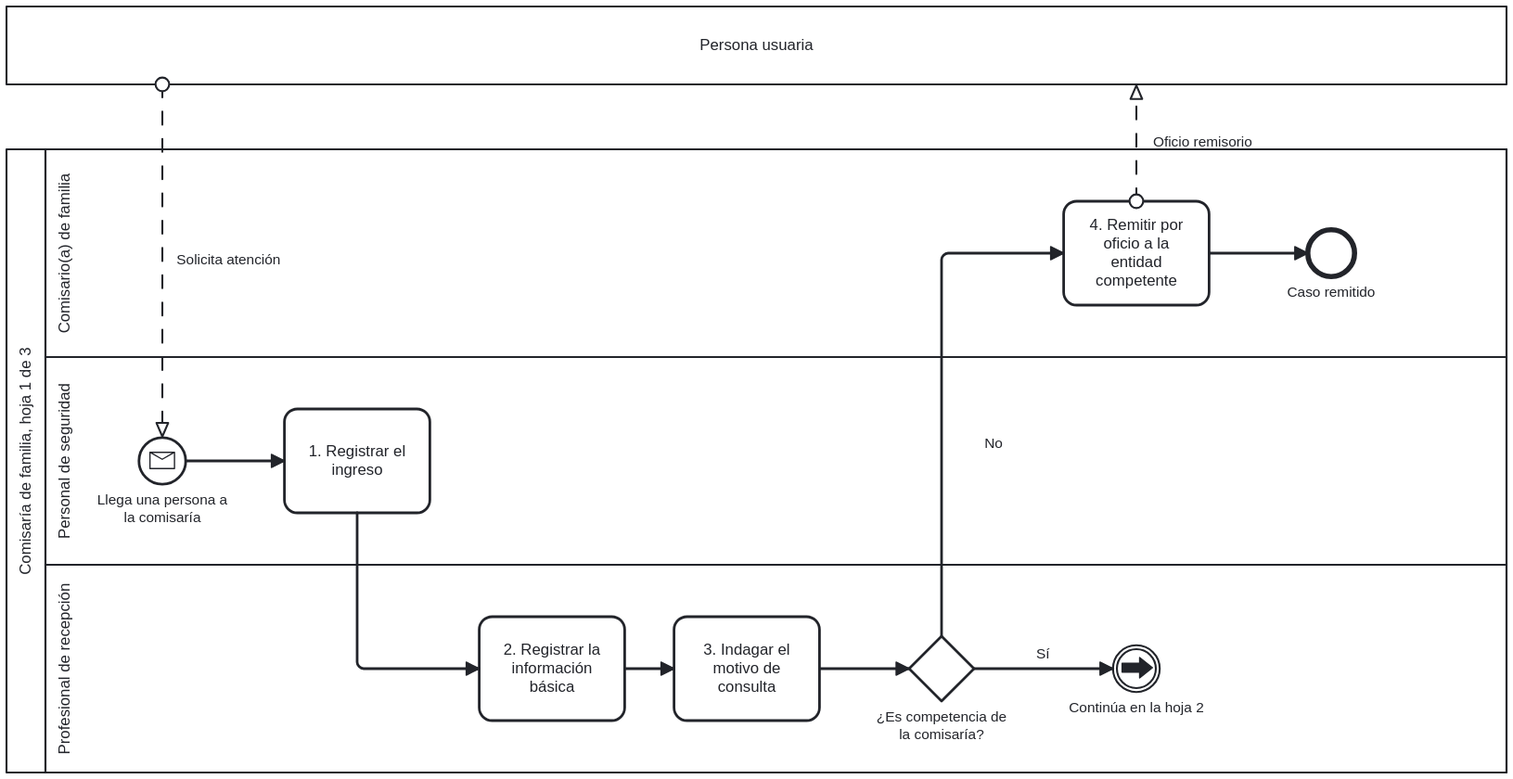
Earlier version of the BPMN export figuras/comisaria-1.svg (fsotosa-ops/justicia-restaurativa). Its source is kept beside it as procesos/comisaria-1.bpmn. Ids are renumbered. Source of this version:
```xml
<bpmn:definitions xmlns:bpmn="http://www.omg.org/spec/BPMN/20100524/MODEL" xmlns:bpmndi="http://www.omg.org/spec/BPMN/20100524/DI" xmlns:dc="http://www.omg.org/spec/DD/20100524/DC" xmlns:di="http://www.omg.org/spec/DD/20100524/DI" xmlns:bioc="http://bpmn.io/schema/bpmn/biocolor/1.0" xmlns:color="http://www.omg.org/spec/BPMN/non-normative/color/1.0" id="def_p_comisaria_1" targetNamespace="https://github.com/fsotosa-ops/justicia-restaurativa" exporter="justicia-restaurativa/mapa/procesos/bpmn.py" exporterVersion="1">
  <bpmn:collaboration id="col_p_comisaria_1">
    <bpmn:participant id="pool_p_comisaria_1" name="Comisaría de familia, hoja 1 de 3" processRef="p_comisaria_1"/>
    <bpmn:participant id="persona" name="Persona usuaria"/>
    <bpmn:messageFlow id="mf0" sourceRef="persona" targetRef="inicio" name="Solicita atención"/>
    <bpmn:messageFlow id="mf1" sourceRef="t4" targetRef="persona" name="Oficio remisorio"/>
  </bpmn:collaboration>
  <bpmn:process id="p_comisaria_1" name="Comisaría de familia, hoja 1 de 3" isExecutable="false">
    <bpmn:laneSet id="ls_p_comisaria_1">
      <bpmn:lane id="lane_com" name="Comisario(a) de familia">
        <bpmn:flowNodeRef>t4</bpmn:flowNodeRef>
        <bpmn:flowNodeRef>fin_remitido</bpmn:flowNodeRef>
      </bpmn:lane>
      <bpmn:lane id="lane_seg" name="Personal de seguridad">
        <bpmn:flowNodeRef>inicio</bpmn:flowNodeRef>
        <bpmn:flowNodeRef>t1</bpmn:flowNodeRef>
      </bpmn:lane>
      <bpmn:lane id="lane_pro" name="Profesional de recepción">
        <bpmn:flowNodeRef>t2</bpmn:flowNodeRef>
        <bpmn:flowNodeRef>t3</bpmn:flowNodeRef>
        <bpmn:flowNodeRef>g1</bpmn:flowNodeRef>
        <bpmn:flowNodeRef>a_hoja2</bpmn:flowNodeRef>
      </bpmn:lane>
    </bpmn:laneSet>
    <bpmn:startEvent id="inicio" name="Llega una persona a la comisaría">
      <bpmn:outgoing>f0</bpmn:outgoing>
      <bpmn:messageEventDefinition id="med_inicio"/>
    </bpmn:startEvent>
    <bpmn:task id="t1" name="1. Registrar el ingreso">
      <bpmn:documentation>Fuente: MinJusticia (2022), Tomo V, fase 1, act. 1, p. 17</bpmn:documentation>
      <bpmn:incoming>f0</bpmn:incoming>
      <bpmn:outgoing>f1</bpmn:outgoing>
    </bpmn:task>
    <bpmn:task id="t2" name="2. Registrar la información básica">
      <bpmn:documentation>Fuente: MinJusticia (2022), Tomo V, fase 1, act. 2, p. 18</bpmn:documentation>
      <bpmn:incoming>f1</bpmn:incoming>
      <bpmn:outgoing>f2</bpmn:outgoing>
    </bpmn:task>
    <bpmn:task id="t3" name="3. Indagar el motivo de consulta">
      <bpmn:documentation>Fuente: MinJusticia (2022), Tomo V, fase 1, act. 3, p. 18</bpmn:documentation>
      <bpmn:incoming>f2</bpmn:incoming>
      <bpmn:outgoing>f3</bpmn:outgoing>
    </bpmn:task>
    <bpmn:exclusiveGateway id="g1" name="¿Es competencia de la comisaría?">
      <bpmn:incoming>f3</bpmn:incoming>
      <bpmn:outgoing>f4</bpmn:outgoing>
      <bpmn:outgoing>f6</bpmn:outgoing>
    </bpmn:exclusiveGateway>
    <bpmn:task id="t4" name="4. Remitir por oficio a la entidad competente">
      <bpmn:documentation>Fuente: MinJusticia (2022), Tomo V, fase 1, act. 4, pp. 18-19</bpmn:documentation>
      <bpmn:incoming>f4</bpmn:incoming>
      <bpmn:outgoing>f5</bpmn:outgoing>
    </bpmn:task>
    <bpmn:endEvent id="fin_remitido" name="Caso remitido">
      <bpmn:incoming>f5</bpmn:incoming>
    </bpmn:endEvent>
    <bpmn:intermediateThrowEvent id="a_hoja2" name="Continúa en la hoja 2">
      <bpmn:incoming>f6</bpmn:incoming>
      <bpmn:linkEventDefinition id="led_a_hoja2" name="Valoración"/>
    </bpmn:intermediateThrowEvent>
    <bpmn:sequenceFlow id="f0" sourceRef="inicio" targetRef="t1"/>
    <bpmn:sequenceFlow id="f1" sourceRef="t1" targetRef="t2"/>
    <bpmn:sequenceFlow id="f2" sourceRef="t2" targetRef="t3"/>
    <bpmn:sequenceFlow id="f3" sourceRef="t3" targetRef="g1"/>
    <bpmn:sequenceFlow id="f4" sourceRef="g1" targetRef="t4" name="No"/>
    <bpmn:sequenceFlow id="f5" sourceRef="t4" targetRef="fin_remitido"/>
    <bpmn:sequenceFlow id="f6" sourceRef="g1" targetRef="a_hoja2" name="Sí"/>
  </bpmn:process>
  <bpmndi:BPMNDiagram id="dia_p_comisaria_1">
    <bpmndi:BPMNPlane id="pl_p_comisaria_1" bpmnElement="col_p_comisaria_1">
      <bpmndi:BPMNShape id="s_pool" bpmnElement="pool_p_comisaria_1" isHorizontal="true"><dc:Bounds x="0" y="110" width="1155" height="480"/></bpmndi:BPMNShape>
      <bpmndi:BPMNShape id="s_persona" bpmnElement="persona" isHorizontal="true"><dc:Bounds x="0" y="0" width="1155" height="60"/></bpmndi:BPMNShape>
      <bpmndi:BPMNShape id="s_lane_com" bpmnElement="lane_com" isHorizontal="true"><dc:Bounds x="30" y="110" width="1125" height="160"/></bpmndi:BPMNShape>
      <bpmndi:BPMNShape id="s_lane_seg" bpmnElement="lane_seg" isHorizontal="true"><dc:Bounds x="30" y="270" width="1125" height="160"/></bpmndi:BPMNShape>
      <bpmndi:BPMNShape id="s_lane_pro" bpmnElement="lane_pro" isHorizontal="true"><dc:Bounds x="30" y="430" width="1125" height="160"/></bpmndi:BPMNShape>
      <bpmndi:BPMNShape id="s_inicio" bpmnElement="inicio"><dc:Bounds x="102" y="332" width="36" height="36"/>
        <bpmndi:BPMNLabel><dc:Bounds x="65" y="374" width="110" height="28"/></bpmndi:BPMNLabel>
      </bpmndi:BPMNShape>
      <bpmndi:BPMNShape id="s_t1" bpmnElement="t1"><dc:Bounds x="214" y="310" width="112" height="80"/>
      </bpmndi:BPMNShape>
      <bpmndi:BPMNShape id="s_t2" bpmnElement="t2"><dc:Bounds x="364" y="470" width="112" height="80"/>
      </bpmndi:BPMNShape>
      <bpmndi:BPMNShape id="s_t3" bpmnElement="t3"><dc:Bounds x="514" y="470" width="112" height="80"/>
      </bpmndi:BPMNShape>
      <bpmndi:BPMNShape id="s_g1" bpmnElement="g1"><dc:Bounds x="695" y="485" width="50" height="50"/>
        <bpmndi:BPMNLabel><dc:Bounds x="665" y="541" width="110" height="28"/></bpmndi:BPMNLabel>
      </bpmndi:BPMNShape>
      <bpmndi:BPMNShape id="s_t4" bpmnElement="t4"><dc:Bounds x="814" y="150" width="112" height="80"/>
      </bpmndi:BPMNShape>
      <bpmndi:BPMNShape id="s_fin_remitido" bpmnElement="fin_remitido"><dc:Bounds x="1002" y="172" width="36" height="36"/>
        <bpmndi:BPMNLabel><dc:Bounds x="965" y="214" width="110" height="28"/></bpmndi:BPMNLabel>
      </bpmndi:BPMNShape>
      <bpmndi:BPMNShape id="s_a_hoja2" bpmnElement="a_hoja2"><dc:Bounds x="852" y="492" width="36" height="36"/>
        <bpmndi:BPMNLabel><dc:Bounds x="815" y="534" width="110" height="28"/></bpmndi:BPMNLabel>
      </bpmndi:BPMNShape>
      <bpmndi:BPMNEdge id="e_f0" bpmnElement="f0"><di:waypoint x="138" y="350"/><di:waypoint x="214" y="350"/></bpmndi:BPMNEdge>
      <bpmndi:BPMNEdge id="e_f1" bpmnElement="f1"><di:waypoint x="270" y="390"/><di:waypoint x="270" y="510"/><di:waypoint x="364" y="510"/></bpmndi:BPMNEdge>
      <bpmndi:BPMNEdge id="e_f2" bpmnElement="f2"><di:waypoint x="476" y="510"/><di:waypoint x="514" y="510"/></bpmndi:BPMNEdge>
      <bpmndi:BPMNEdge id="e_f3" bpmnElement="f3"><di:waypoint x="626" y="510"/><di:waypoint x="695" y="510"/></bpmndi:BPMNEdge>
      <bpmndi:BPMNEdge id="e_f4" bpmnElement="f4"><di:waypoint x="720" y="485"/><di:waypoint x="720" y="190"/><di:waypoint x="814" y="190"/><bpmndi:BPMNLabel><dc:Bounds x="725" y="330" width="70" height="14"/></bpmndi:BPMNLabel></bpmndi:BPMNEdge>
      <bpmndi:BPMNEdge id="e_f5" bpmnElement="f5"><di:waypoint x="926" y="190"/><di:waypoint x="1002" y="190"/></bpmndi:BPMNEdge>
      <bpmndi:BPMNEdge id="e_f6" bpmnElement="f6"><di:waypoint x="745" y="510"/><di:waypoint x="852" y="510"/><bpmndi:BPMNLabel><dc:Bounds x="768" y="492" width="60" height="14"/></bpmndi:BPMNLabel></bpmndi:BPMNEdge>
      <bpmndi:BPMNEdge id="e_mf0" bpmnElement="mf0"><di:waypoint x="120" y="60"/><di:waypoint x="120" y="332"/><bpmndi:BPMNLabel><dc:Bounds x="126" y="189" width="90" height="14"/></bpmndi:BPMNLabel></bpmndi:BPMNEdge>
      <bpmndi:BPMNEdge id="e_mf1" bpmnElement="mf1"><di:waypoint x="870" y="150"/><di:waypoint x="870" y="60"/><bpmndi:BPMNLabel><dc:Bounds x="876" y="98" width="90" height="14"/></bpmndi:BPMNLabel></bpmndi:BPMNEdge>
    </bpmndi:BPMNPlane>
  </bpmndi:BPMNDiagram>
</bpmn:definitions>
```
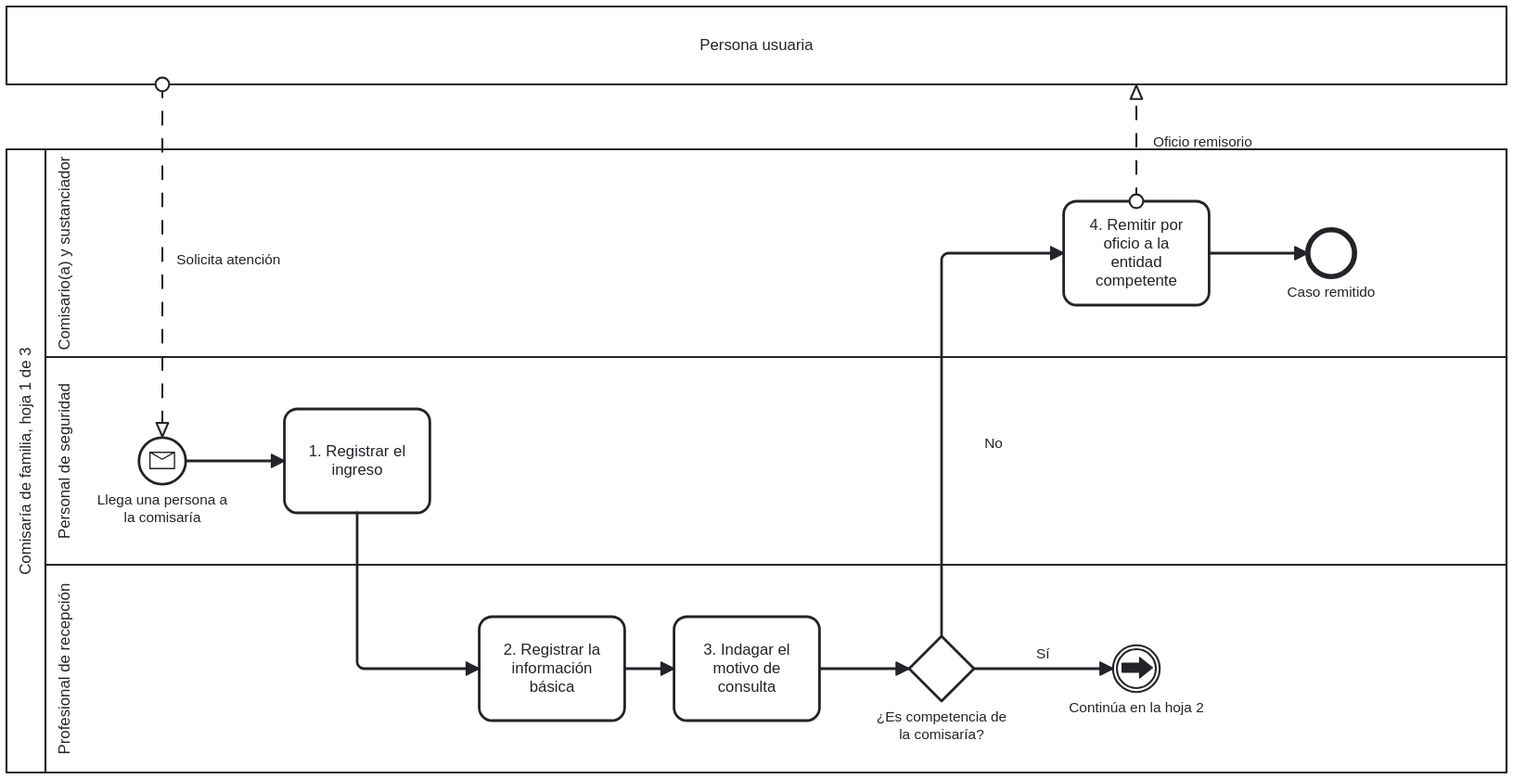
The same diagram one commit later.

What changed in the source:
```diff
@@ -7,7 +7,7 @@
   </bpmn:collaboration>
   <bpmn:process id="p_comisaria_1" name="Comisaría de familia, hoja 1 de 3" isExecutable="false">
     <bpmn:laneSet id="ls_p_comisaria_1">
-      <bpmn:lane id="lane_com" name="Comisario(a) de familia">
+      <bpmn:lane id="lane_com" name="Comisario(a) y sustanciador">
         <bpmn:flowNodeRef>t4</bpmn:flowNodeRef>
         <bpmn:flowNodeRef>fin_remitido</bpmn:flowNodeRef>
       </bpmn:lane>
@@ -27,17 +27,17 @@
       <bpmn:messageEventDefinition id="med_inicio"/>
     </bpmn:startEvent>
     <bpmn:task id="t1" name="1. Registrar el ingreso">
-      <bpmn:documentation>Fuente: MinJusticia (2022), Tomo V, fase 1, act. 1, p. 17</bpmn:documentation>
+      <bpmn:documentation>Fuente: MinJusticia y PNUD (2022), Tomo V, fase 1, act. 1, p. 17</bpmn:documentation>
       <bpmn:incoming>f0</bpmn:incoming>
       <bpmn:outgoing>f1</bpmn:outgoing>
     </bpmn:task>
     <bpmn:task id="t2" name="2. Registrar la información básica">
-      <bpmn:documentation>Fuente: MinJusticia (2022), Tomo V, fase 1, act. 2, p. 18</bpmn:documentation>
+      <bpmn:documentation>Fuente: MinJusticia y PNUD (2022), Tomo V, fase 1, act. 2, p. 18</bpmn:documentation>
       <bpmn:incoming>f1</bpmn:incoming>
       <bpmn:outgoing>f2</bpmn:outgoing>
     </bpmn:task>
     <bpmn:task id="t3" name="3. Indagar el motivo de consulta">
-      <bpmn:documentation>Fuente: MinJusticia (2022), Tomo V, fase 1, act. 3, p. 18</bpmn:documentation>
+      <bpmn:documentation>Fuente: MinJusticia y PNUD (2022), Tomo V, fase 1, act. 3, p. 18</bpmn:documentation>
       <bpmn:incoming>f2</bpmn:incoming>
       <bpmn:outgoing>f3</bpmn:outgoing>
     </bpmn:task>
@@ -47,7 +47,7 @@
       <bpmn:outgoing>f6</bpmn:outgoing>
     </bpmn:exclusiveGateway>
     <bpmn:task id="t4" name="4. Remitir por oficio a la entidad competente">
-      <bpmn:documentation>Fuente: MinJusticia (2022), Tomo V, fase 1, act. 4, pp. 18-19</bpmn:documentation>
+      <bpmn:documentation>Fuente: MinJusticia y PNUD (2022), Tomo V, fase 1, act. 4, pp. 18-19</bpmn:documentation>
       <bpmn:incoming>f4</bpmn:incoming>
       <bpmn:outgoing>f5</bpmn:outgoing>
     </bpmn:task>
```
